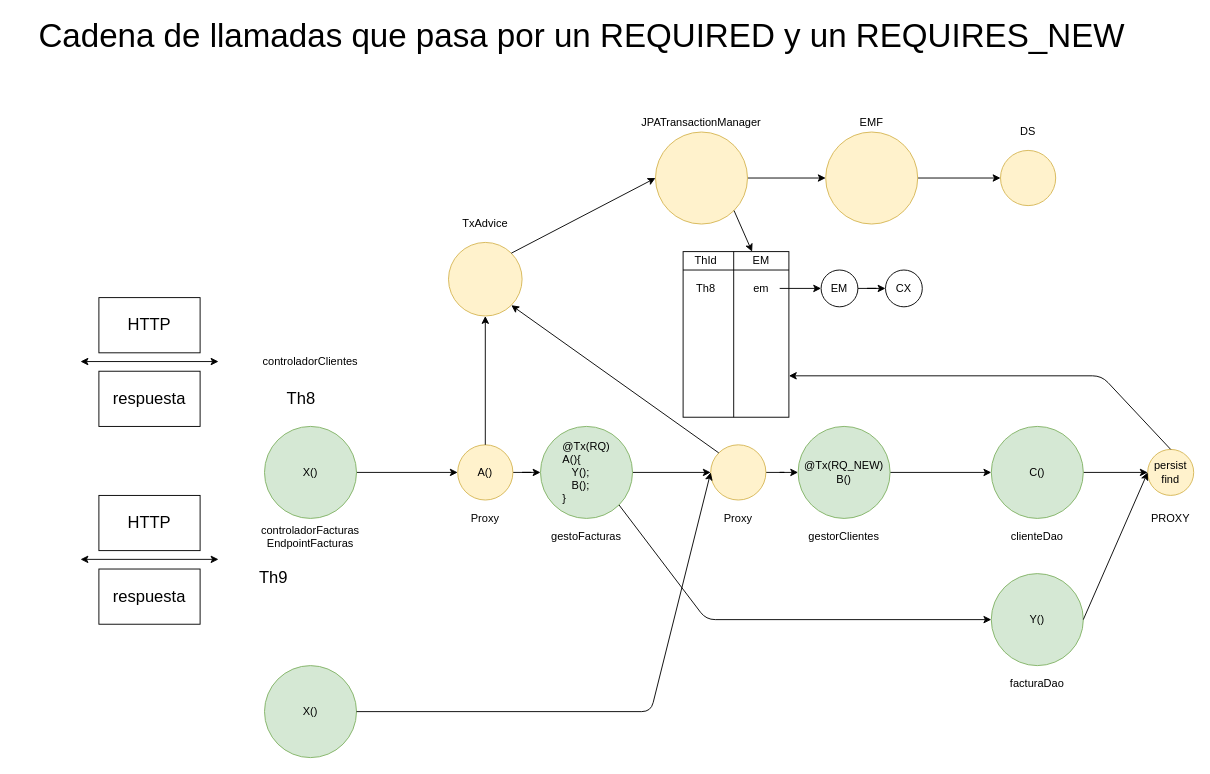
Above: page "Página-26" (25 of 36) of ws_spring_2022.drawio in lrag/spring_2022 (draw.io), before the change. Source tidied: cells renumbered, new cells numbered last; positions are measured from the earlier drawing's top-left corner, leaving out a move shared by most shapes. Both pictures are drawn from the tidied source at 92%, with x=0, y=0 at pixel (16, 21).
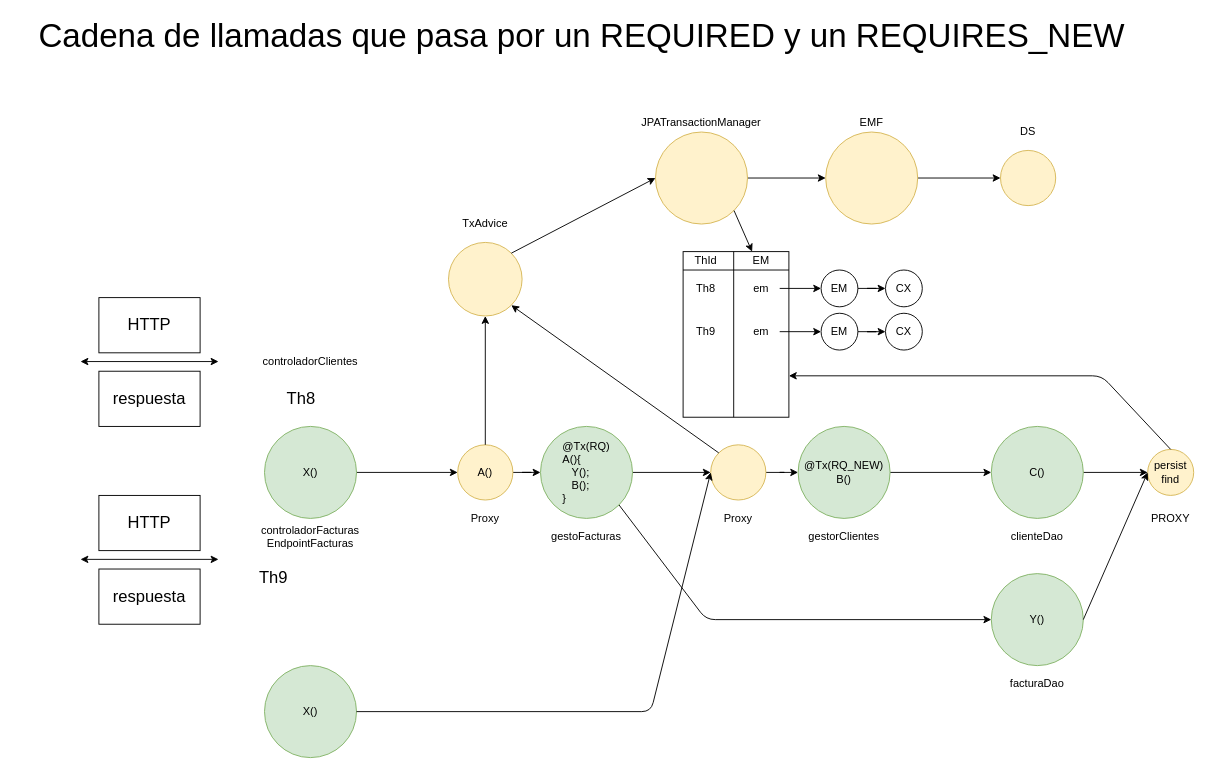
The same diagram, later.

The edit, as a diff of the source:
```diff
@@
+    <mxCell id="62" value="Th9" style="text;html=1;strokeColor=none;fillColor=none;align=center;verticalAlign=middle;whiteSpace=wrap;rounded=0;" parent="1" vertex="1">
+      <mxGeometry x="730" y="327" width="40" height="20" as="geometry" />
+    </mxCell>
+    <mxCell id="63" style="edgeStyle=orthogonalEdgeStyle;rounded=0;jettySize=auto;html=1;entryX=0;entryY=0.5;entryDx=0;entryDy=0;" parent="1" edge="1" source="64" target="65">
+      <mxGeometry relative="1" as="geometry" />
+    </mxCell>
+    <mxCell id="64" value="EM" style="ellipse;whiteSpace=wrap;html=1;fillColor=none;" parent="1" vertex="1">
+      <mxGeometry x="875" y="317" width="40" height="40" as="geometry" />
+    </mxCell>
+    <mxCell id="65" value="CX" style="ellipse;whiteSpace=wrap;html=1;fillColor=none;" parent="1" vertex="1">
+      <mxGeometry x="945" y="317" width="40" height="40" as="geometry" />
+    </mxCell>
+    <mxCell id="66" value="em" style="text;html=1;strokeColor=none;fillColor=none;align=center;verticalAlign=middle;whiteSpace=wrap;rounded=0;" parent="1" vertex="1">
+      <mxGeometry x="790" y="327" width="40" height="20" as="geometry" />
+    </mxCell>
+    <mxCell id="67" style="endArrow=classic;html=1;exitX=1;exitY=0.5;exitDx=0;exitDy=0;" parent="1" edge="1" source="66" target="64">
+      <mxGeometry relative="1" as="geometry" />
+    </mxCell>
```
